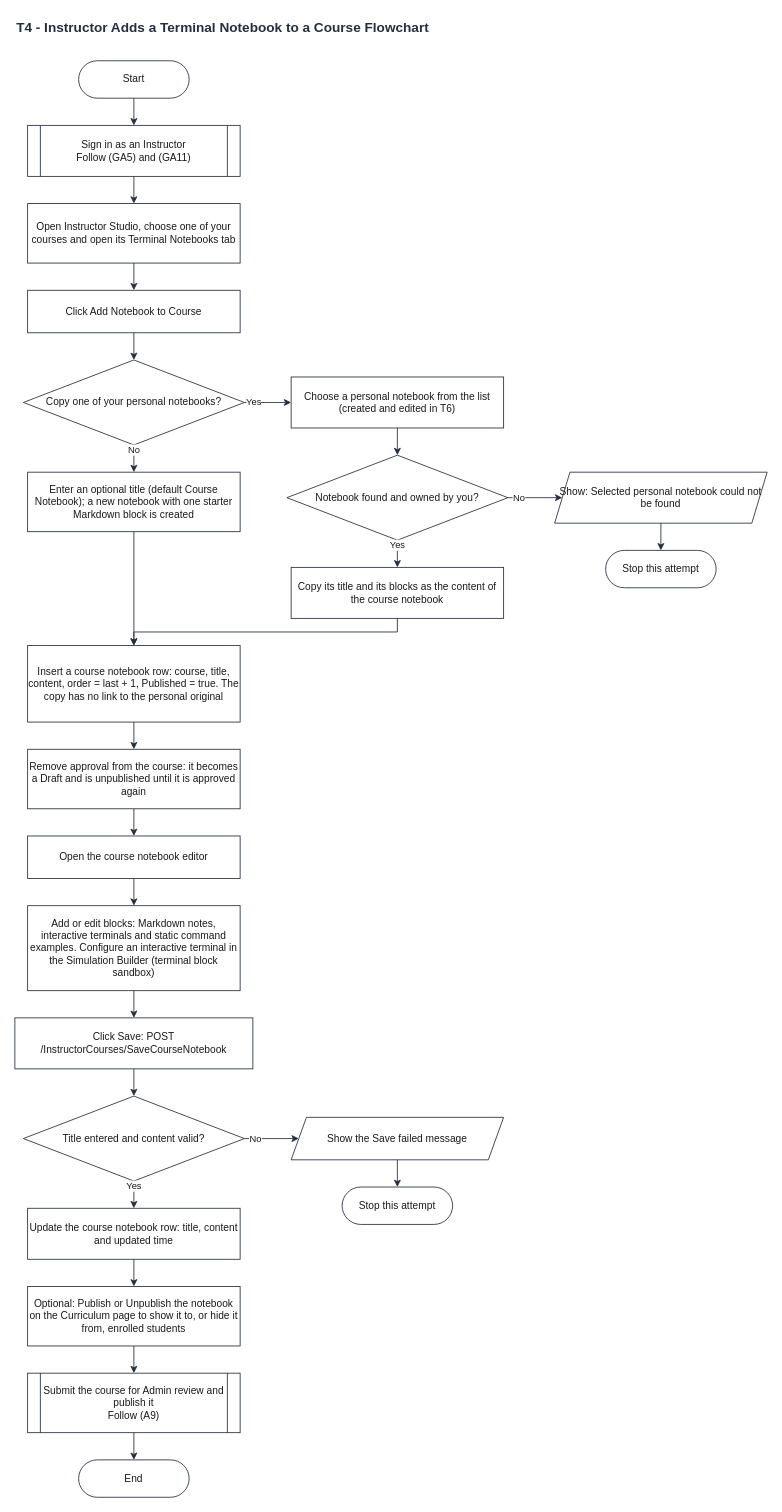
Earlier version of the draw.io diagram UML DIAGRAMS/HackAcad_Terminal_Flowcharts/HackAcad_T4_Instructor_Add_Course_Notebook.drawio (pikaitoh/HackAcad.Web). Source tidied: cells renumbered, new cells numbered last; positions are measured from the earlier drawing's top-left corner, leaving out a move shared by most shapes. Both pictures are drawn from the tidied source at 85%, with x=0, y=0 at pixel (14, 14).
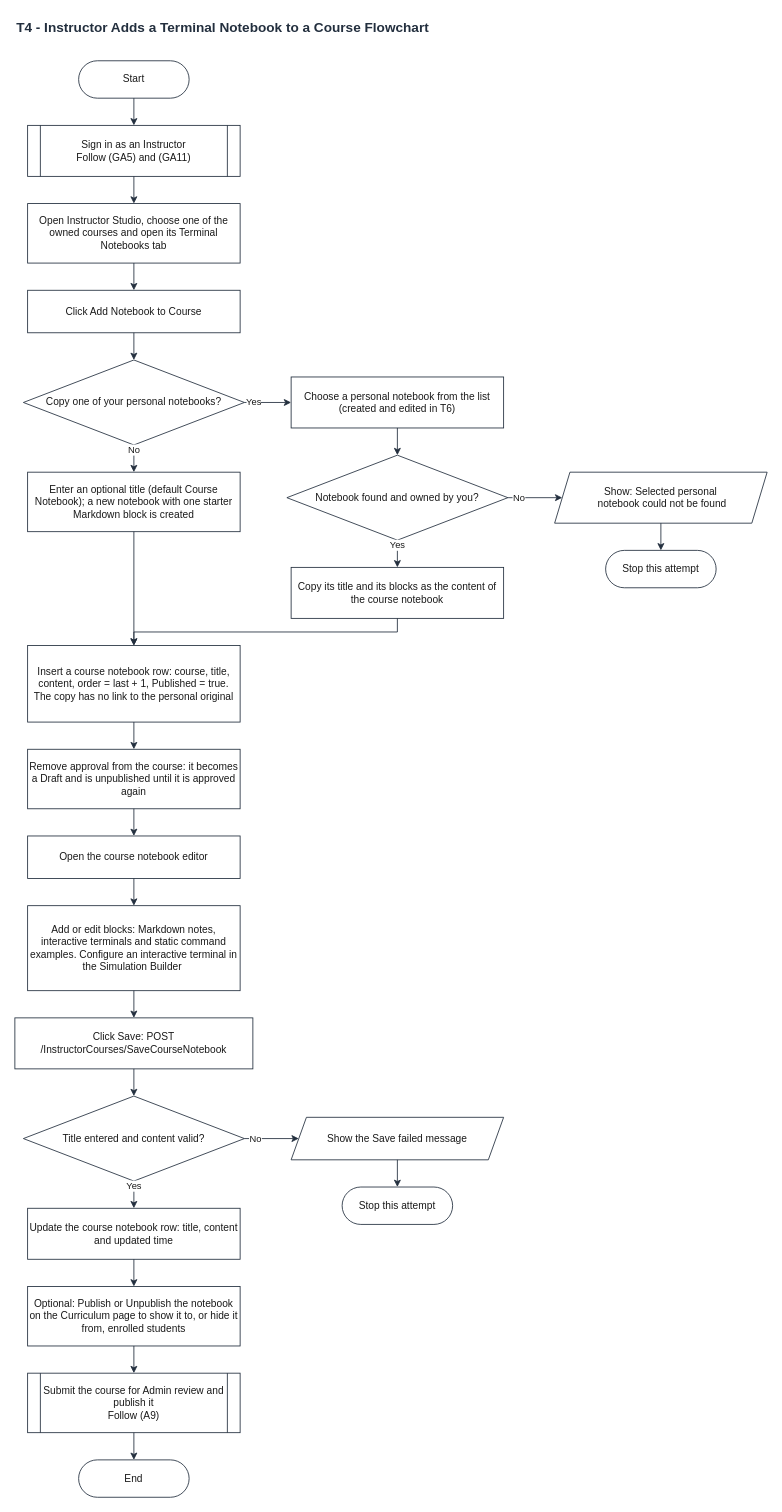
After the change.

Commit message (it also covers changes not shown here):
updated terminal flowchart

What changed in the source:
```diff
@@
-    <mxCell id="5" value="Open Instructor Studio, choose one of your courses and open its Terminal Notebooks tab" style="rounded=0;whiteSpace=wrap;html=1;fontFamily=Helvetica;fontSize=12;fontColor=#1A1A1A;strokeColor=#232F3E;fillColor=#FFFFFF;strokeWidth=1;" parent="1" vertex="1">
+    <mxCell id="5" value="Open Instructor Studio, choose one of the owned courses and open its Terminal Notebooks tab" style="rounded=0;whiteSpace=wrap;html=1;fontFamily=Helvetica;fontSize=12;fontColor=#1A1A1A;strokeColor=#232F3E;fillColor=#FFFFFF;strokeWidth=1;" parent="1" vertex="1">
       <mxGeometry x="15" y="222" width="250" height="70" as="geometry" />
     </mxCell>
@@
-    <mxCell id="10" value="Show: Selected personal notebook could not be found" style="shape=parallelogram;perimeter=parallelogramPerimeter;fixedSize=1;size=18;whiteSpace=wrap;html=1;fontFamily=Helvetica;fontSize=12;fontColor=#1A1A1A;strokeColor=#232F3E;fillColor=#FFFFFF;strokeWidth=1;" parent="1" vertex="1">
+    <mxCell id="10" value="&lt;div&gt;Show: Selected personal&lt;/div&gt;&lt;div&gt;&amp;nbsp;notebook could not be found&lt;/div&gt;" style="shape=parallelogram;perimeter=parallelogramPerimeter;fixedSize=1;size=18;whiteSpace=wrap;html=1;fontFamily=Helvetica;fontSize=12;fontColor=#1A1A1A;strokeColor=#232F3E;fillColor=#FFFFFF;strokeWidth=1;" parent="1" vertex="1">
       <mxGeometry x="635" y="538" width="250" height="60" as="geometry" />
     </mxCell>
@@
-    <mxCell id="14" value="Insert a course notebook row: course, title, content, order = last + 1, Published = true. The copy has no link to the personal original" style="rounded=0;whiteSpace=wrap;html=1;fontFamily=Helvetica;fontSize=12;fontColor=#1A1A1A;strokeColor=#232F3E;fillColor=#FFFFFF;strokeWidth=1;" parent="1" vertex="1">
+    <mxCell id="14" value="&lt;div&gt;Insert a course notebook row: course, title, content, order = last + 1, Published = true.&lt;/div&gt;&lt;div&gt;The copy has no link to the personal original&lt;/div&gt;" style="rounded=0;whiteSpace=wrap;html=1;fontFamily=Helvetica;fontSize=12;fontColor=#1A1A1A;strokeColor=#232F3E;fillColor=#FFFFFF;strokeWidth=1;" parent="1" vertex="1">
       <mxGeometry x="15" y="742" width="250" height="90" as="geometry" />
     </mxCell>
@@
-    <mxCell id="17" value="Add or edit blocks: Markdown notes, interactive terminals and static command examples. Configure an interactive terminal in the Simulation Builder (terminal block sandbox)" style="rounded=0;whiteSpace=wrap;html=1;fontFamily=Helvetica;fontSize=12;fontColor=#1A1A1A;strokeColor=#232F3E;fillColor=#FFFFFF;strokeWidth=1;" parent="1" vertex="1">
+    <mxCell id="17" value="Add or edit blocks: Markdown notes, interactive terminals and static command examples. Configure an interactive terminal in the Simulation Builder&amp;nbsp;" style="rounded=0;whiteSpace=wrap;html=1;fontFamily=Helvetica;fontSize=12;fontColor=#1A1A1A;strokeColor=#232F3E;fillColor=#FFFFFF;strokeWidth=1;" parent="1" vertex="1">
       <mxGeometry x="15" y="1048" width="250" height="100" as="geometry" />
     </mxCell>
```
